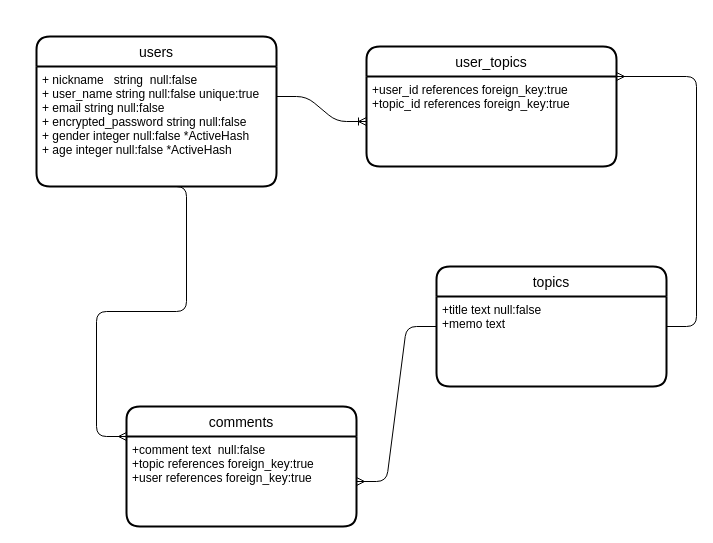
This is ER.dio from sekimosan/shovelu, a draw.io file, before an edit. Source tidied: cells renumbered, new cells numbered last; positions are measured from the earlier drawing's top-left corner, leaving out a move shared by most shapes. Both pictures are drawn from the tidied source at 100%, with x=0, y=0 at pixel (36, 36).
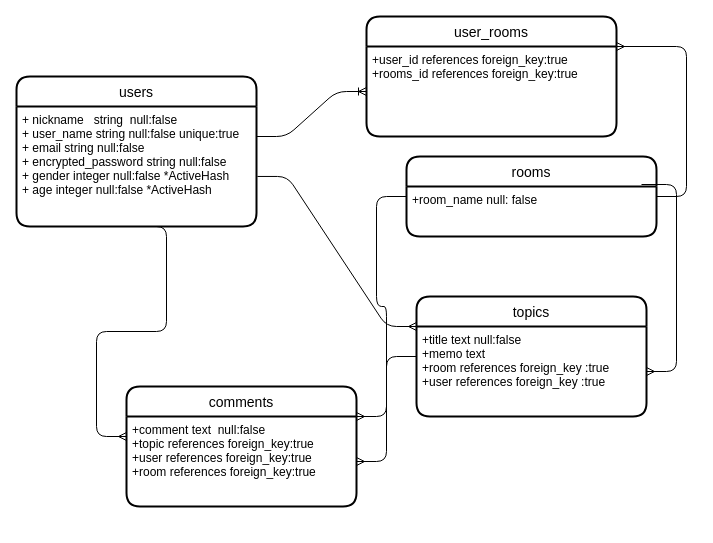
After the change.

The change refers to these unchanged cells:
```xml
<mxCell id="4" value="+ nickname   string  null:false&#10;+ user_name string null:false unique:true&#10;+ email string null:false&#10;+ encrypted_password string null:false&#10;+ gender integer null:false *ActiveHash&#10;+ age integer null:false *ActiveHash&#10;" style="align=left;strokeColor=none;fillColor=none;spacingLeft=4;fontSize=12;verticalAlign=top;" parent="2" vertex="1">
  <mxGeometry y="30" width="240" height="120" as="geometry" />
</mxCell>
```

What changed in the source:
```diff
@@
     <mxCell id="2" value="users" style="swimlane;horizontal=1;startSize=30;rounded=1;fontSize=14;fontStyle=0;strokeWidth=2;shadow=0;dashed=0;align=center;" parent="1" vertex="1">
-      <mxGeometry width="240" height="150" as="geometry" />
+      <mxGeometry x="-20" y="40" width="240" height="150" as="geometry" />
     </mxCell>
@@
     <mxCell id="5" value="topics" style="swimlane;horizontal=1;startSize=30;rounded=1;fontSize=14;fontStyle=0;strokeWidth=2;shadow=0;dashed=0;align=center;" parent="1" vertex="1">
-      <mxGeometry x="400" y="230" width="230" height="120" as="geometry" />
+      <mxGeometry x="380" y="260" width="230" height="120" as="geometry" />
     </mxCell>
-    <mxCell id="6" value="+title text null:false&#10;+memo text " style="align=left;strokeColor=none;fillColor=none;spacingLeft=4;fontSize=12;verticalAlign=top;" parent="5" vertex="1">
+    <mxCell id="6" value="+title text null:false&#10;+memo text &#10;+room references foreign_key :true&#10;+user references foreign_key :true" style="align=left;strokeColor=none;fillColor=none;spacingLeft=4;fontSize=12;verticalAlign=top;" parent="5" vertex="1">
       <mxGeometry y="30" width="230" height="90" as="geometry" />
     </mxCell>
@@
     <mxCell id="8" value="comments" style="swimlane;horizontal=1;startSize=30;rounded=1;fontSize=14;fontStyle=0;strokeWidth=2;shadow=0;dashed=0;align=center;" parent="1" vertex="1">
-      <mxGeometry x="90" y="370" width="230" height="120" as="geometry" />
+      <mxGeometry x="90" y="350" width="230" height="120" as="geometry" />
     </mxCell>
-    <mxCell id="9" value="+comment text  null:false&#10;+topic references foreign_key:true&#10;+user references foreign_key:true" style="align=left;strokeColor=none;fillColor=none;spacingLeft=4;fontSize=12;verticalAlign=top;" parent="8" vertex="1">
+    <mxCell id="9" value="+comment text  null:false&#10;+topic references foreign_key:true&#10;+user references foreign_key:true&#10;+room references foreign_key:true" style="align=left;strokeColor=none;fillColor=none;spacingLeft=4;fontSize=12;verticalAlign=top;" parent="8" vertex="1">
       <mxGeometry y="30" width="230" height="90" as="geometry" />
     </mxCell>
@@
-    <mxCell id="11" value="user_topics" style="swimlane;horizontal=1;startSize=30;rounded=1;fontSize=14;fontStyle=0;strokeWidth=2;shadow=0;dashed=0;align=center;" parent="1" vertex="1">
-      <mxGeometry x="330" y="10" width="250" height="120" as="geometry" />
+    <mxCell id="11" value="user_rooms" style="swimlane;horizontal=1;startSize=30;rounded=1;fontSize=14;fontStyle=0;strokeWidth=2;shadow=0;dashed=0;align=center;" parent="1" vertex="1">
+      <mxGeometry x="330" y="-20" width="250" height="120" as="geometry" />
     </mxCell>
-    <mxCell id="12" value="+user_id references foreign_key:true&#10;+topic_id references foreign_key:true" style="align=left;strokeColor=none;fillColor=none;spacingLeft=4;fontSize=12;verticalAlign=top;" parent="11" vertex="1">
+    <mxCell id="12" value="+user_id references foreign_key:true&#10;+rooms_id references foreign_key:true" style="align=left;strokeColor=none;fillColor=none;spacingLeft=4;fontSize=12;verticalAlign=top;" parent="11" vertex="1">
       <mxGeometry y="30" width="250" height="90" as="geometry" />
     </mxCell>
@@
-    <mxCell id="15" style="edgeStyle=entityRelationEdgeStyle;fontSize=12;html=1;endArrow=ERmany;entryX=1;entryY=0;entryDx=0;entryDy=0;" parent="1" edge="1" source="5" target="12">
+    <mxCell id="15" style="edgeStyle=entityRelationEdgeStyle;fontSize=12;html=1;endArrow=ERmany;entryX=1;entryY=0;entryDx=0;entryDy=0;" parent="1" edge="1" source="16" target="12">
       <mxGeometry relative="1" as="geometry" />
     </mxCell>
+    <mxCell id="16" value="rooms" style="swimlane;horizontal=1;startSize=30;rounded=1;fontSize=14;fontStyle=0;strokeWidth=2;shadow=0;dashed=0;align=center;" parent="1" vertex="1">
+      <mxGeometry x="370" y="120" width="250" height="80" as="geometry" />
+    </mxCell>
+    <mxCell id="17" value="+room_name null: false " style="align=left;strokeColor=none;fillColor=none;spacingLeft=4;fontSize=12;verticalAlign=top;" parent="16" vertex="1">
+      <mxGeometry y="30" width="250" height="50" as="geometry" />
+    </mxCell>
+    <mxCell id="18" style="edgeStyle=orthogonalEdgeStyle;rounded=0;orthogonalLoop=1;jettySize=auto;html=1;exitX=0.5;exitY=1;exitDx=0;exitDy=0;" parent="16" edge="1" source="17" target="17">
+      <mxGeometry relative="1" as="geometry" />
+    </mxCell>
+    <mxCell id="19" style="edgeStyle=entityRelationEdgeStyle;fontSize=12;html=1;endArrow=ERmany;exitX=0.94;exitY=0.35;exitDx=0;exitDy=0;exitPerimeter=0;" parent="1" edge="1" source="16" target="6">
+      <mxGeometry relative="1" as="geometry" />
+    </mxCell>
+    <mxCell id="20" style="edgeStyle=entityRelationEdgeStyle;fontSize=12;html=1;endArrow=ERmany;exitX=1.004;exitY=0.583;exitDx=0;exitDy=0;exitPerimeter=0;entryX=0;entryY=0;entryDx=0;entryDy=0;" parent="1" edge="1" source="4" target="6">
+      <mxGeometry relative="1" as="geometry" />
+    </mxCell>
+    <mxCell id="21" style="edgeStyle=entityRelationEdgeStyle;fontSize=12;html=1;endArrow=ERmany;exitX=0;exitY=0.5;exitDx=0;exitDy=0;entryX=1;entryY=0.25;entryDx=0;entryDy=0;" parent="1" edge="1" source="16" target="8">
+      <mxGeometry relative="1" as="geometry" />
+    </mxCell>
```
